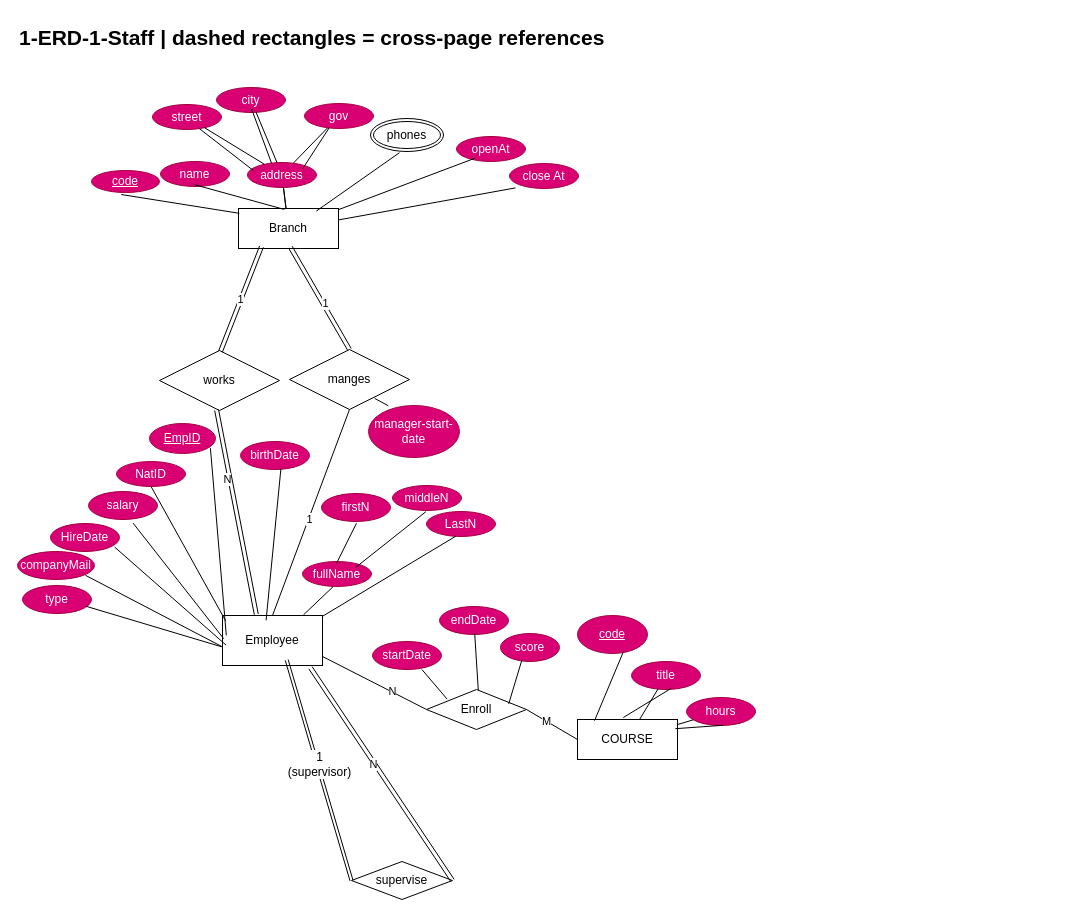
Above: page "1-ERD-1-Staff" (2 of 16) of DriveNow.drawio in Manar166/Manar166-Database-Assignment-1 (draw.io), before the change. Source tidied: cells renumbered, new cells numbered last; positions are measured from the earlier drawing's top-left corner, leaving out a move shared by most shapes. Both pictures are drawn from the tidied source at 100%, with x=0, y=0 at pixel (17, 17).
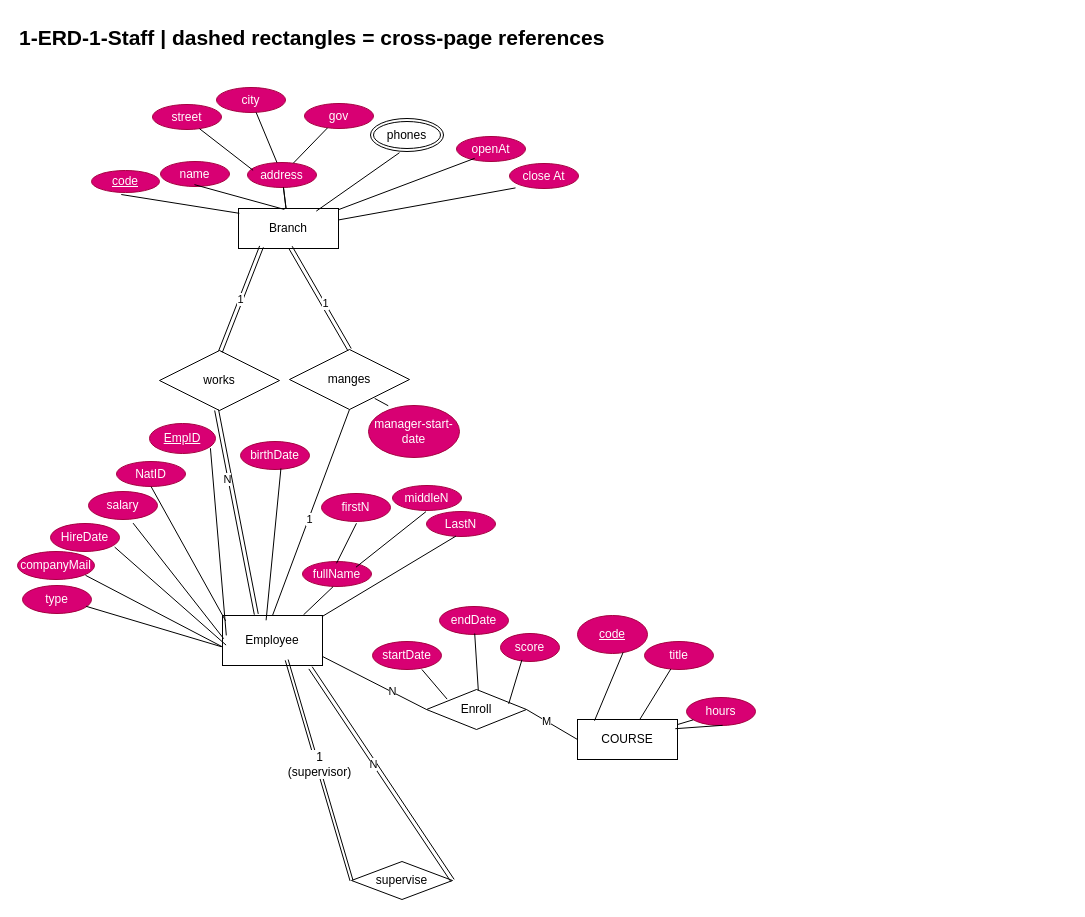
The same page after the edit.

Unchanged cells that the change refers to:
```xml
<mxCell id="2" value="city" style="ellipse;whiteSpace=wrap;html=1;align=center;labelBackgroundColor=none;rounded=0;fillColor=#d80073;fontColor=#ffffff;strokeColor=#A50040;" parent="1" vertex="1">
  <mxGeometry x="199" y="70" width="69" height="25" as="geometry" />
</mxCell>
<mxCell id="4" value="gov" style="ellipse;whiteSpace=wrap;html=1;align=center;labelBackgroundColor=none;rounded=0;fillColor=#d80073;fontColor=#ffffff;strokeColor=#A50040;" parent="1" vertex="1">
  <mxGeometry x="287" y="86" width="69" height="25" as="geometry" />
</mxCell>
<mxCell id="16" value="address" style="ellipse;whiteSpace=wrap;html=1;align=center;labelBackgroundColor=none;rounded=0;fillColor=#d80073;fontColor=#ffffff;strokeColor=#A50040;" parent="1" vertex="1">
  <mxGeometry x="230" y="145" width="69" height="25" as="geometry" />
</mxCell>
<mxCell id="24" value="street" style="ellipse;whiteSpace=wrap;html=1;align=center;labelBackgroundColor=none;rounded=0;fillColor=#d80073;fontColor=#ffffff;strokeColor=#A50040;" parent="1" vertex="1">
  <mxGeometry x="135" y="87" width="69" height="25" as="geometry" />
</mxCell>
<mxCell id="27" value="COURSE" style="whiteSpace=wrap;html=1;align=center;labelBackgroundColor=none;rounded=0;" parent="1" vertex="1">
  <mxGeometry x="560" y="702" width="100" height="40" as="geometry" />
</mxCell>
```

What changed in the source:
```diff
@@
     <mxCell id="17" value="title" style="ellipse;whiteSpace=wrap;html=1;align=center;labelBackgroundColor=none;fillColor=#d80073;fontColor=#ffffff;strokeColor=#A50040;rounded=0;" parent="1" vertex="1">
-      <mxGeometry x="614" y="644" width="69" height="28" as="geometry" />
+      <mxGeometry x="627" y="624" width="69" height="28" as="geometry" />
     </mxCell>
@@
-    <mxCell id="38" style="endArrow=none;html=1;rounded=0;" parent="1" edge="1" source="16" target="24">
-      <mxGeometry relative="1" as="geometry" />
-    </mxCell>
@@
-    <mxCell id="61" style="endArrow=none;html=1;rounded=0;defaultLabelBackgroundColor=page;exitX=0.507;exitY=0.848;exitDx=0;exitDy=0;exitPerimeter=0;entryX=0.348;entryY=0.024;entryDx=0;entryDy=0;entryPerimeter=0;fontColor=default;" parent="1" edge="1" source="2" target="16">
-      <mxGeometry relative="1" as="geometry" />
-    </mxCell>
-    <mxCell id="62" style="endArrow=none;html=1;rounded=0;defaultLabelBackgroundColor=page;exitX=0.357;exitY=0.976;exitDx=0;exitDy=0;exitPerimeter=0;entryX=0.8;entryY=0.248;entryDx=0;entryDy=0;entryPerimeter=0;fontColor=default;" parent="1" edge="1" source="4" target="16">
-      <mxGeometry relative="1" as="geometry" />
-    </mxCell>
@@
-    <mxCell id="79" style="endArrow=none;html=1;rounded=0;defaultLabelBackgroundColor=page;entryX=0.576;entryY=0.959;entryDx=0;entryDy=0;entryPerimeter=0;exitX=0.458;exitY=-0.05;exitDx=0;exitDy=0;exitPerimeter=0;fontColor=default;" parent="1" edge="1" source="27" target="17">
-      <mxGeometry relative="1" as="geometry" />
-    </mxCell>
```
